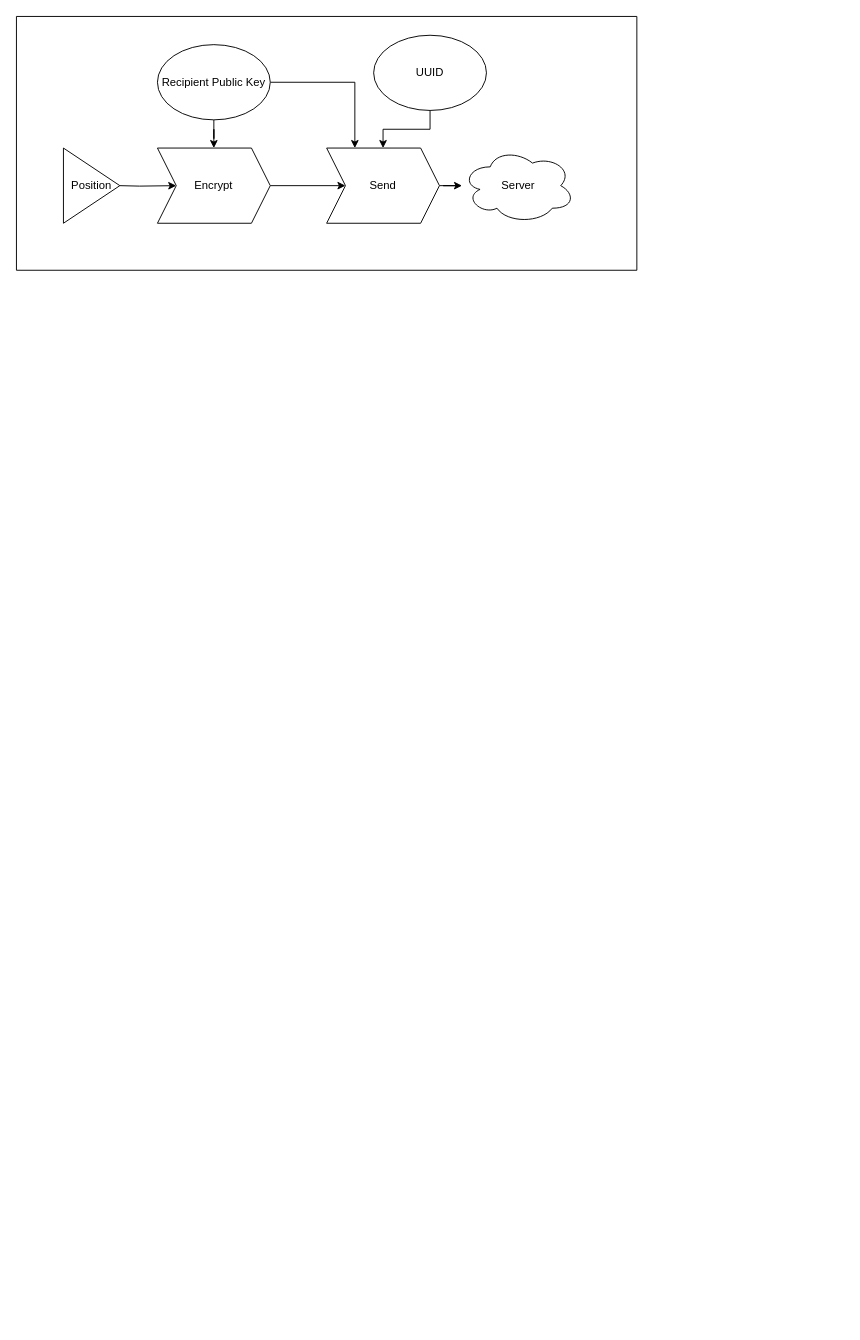
Earlier version of the draw.io diagram docs/TrustesChildrenFlowDiagram.drawio (ArmyAntSEC/TrustedChildren). Source tidied: cells renumbered, new cells numbered last; positions are measured from the earlier drawing's top-left corner, leaving out a move shared by most shapes. Both pictures are drawn from the tidied source at 94%, with x=0, y=0 at pixel (16, 16).
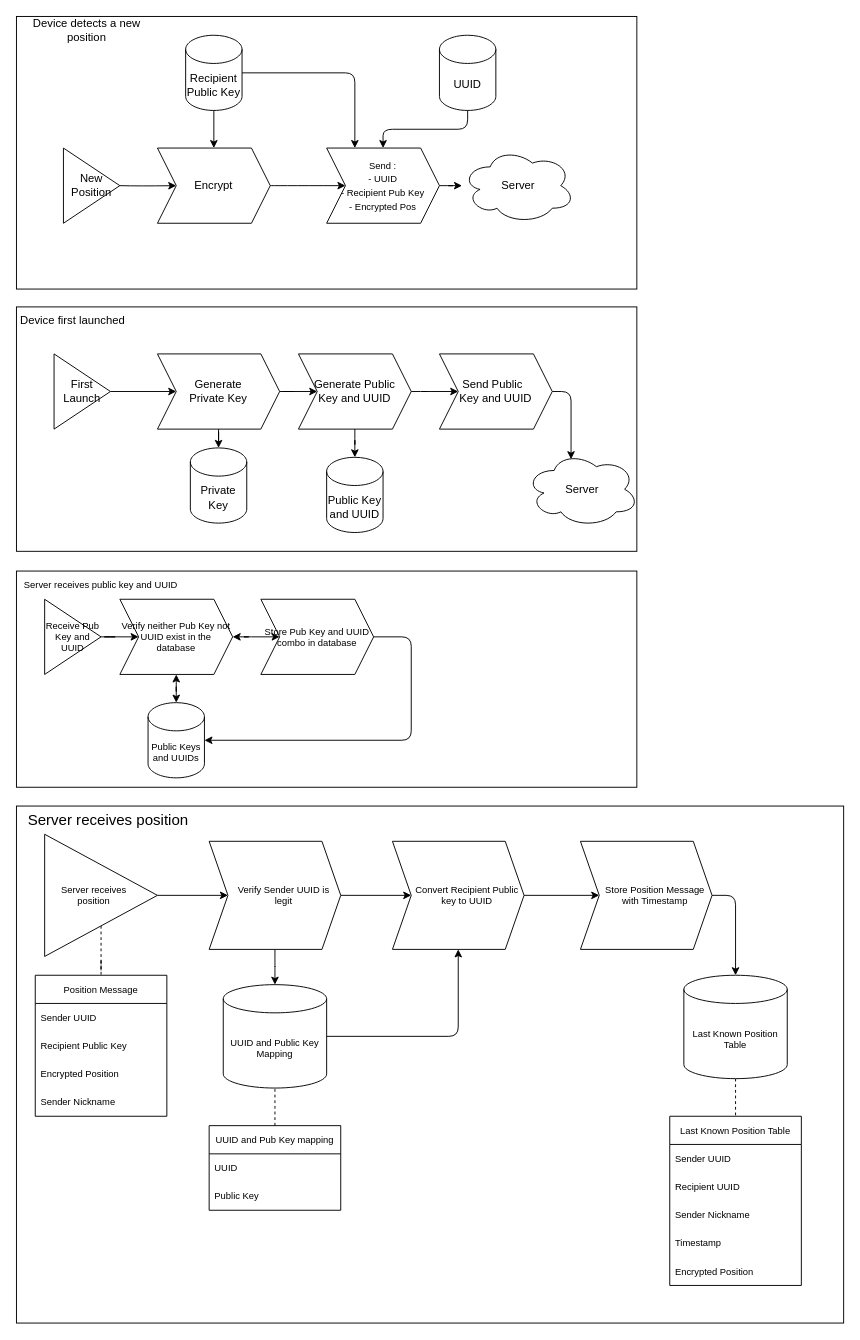
After the change.

Diff of the diagram source:
```diff
@@
-    <mxCell id="2" style="swimlane;startSize=0;" parent="1" vertex="1">
-      <mxGeometry width="660" height="270" as="geometry" />
-    </mxCell>
+    <mxCell id="15" style="group;" parent="1" vertex="1">
+      <mxGeometry width="660" height="290" as="geometry" />
+    </mxCell>
+    <mxCell id="16" style="rounded=0;whiteSpace=wrap;html=1;sketch=0;" parent="15" vertex="1">
+      <mxGeometry width="660" height="290" as="geometry" />
+    </mxCell>
+    <mxCell id="17" value="Device detects a new position" style="text;html=1;strokeColor=none;fillColor=none;align=center;verticalAlign=middle;whiteSpace=wrap;rounded=0;sketch=0;" parent="16" vertex="1">
+      <mxGeometry width="150" height="30" as="geometry" />
+    </mxCell>
+    <mxCell id="18" value="UUID" style="shape=cylinder3;whiteSpace=wrap;html=1;boundedLbl=1;backgroundOutline=1;size=15;rounded=0;sketch=0;" parent="16" vertex="1">
+      <mxGeometry x="450" y="20" width="60" height="80" as="geometry" />
+    </mxCell>
-    <mxCell id="3" style="edgeStyle=orthogonalEdgeStyle;rounded=0;jettySize=auto;html=1;" parent="1" edge="1" target="11">
+    <mxCell id="3" style="edgeStyle=orthogonalEdgeStyle;rounded=0;jettySize=auto;html=1;curved=1;" parent="15" edge="1" target="11">
       <mxGeometry relative="1" as="geometry">
         <mxPoint x="110" y="180" as="sourcePoint" />
       </mxGeometry>
     </mxCell>
-    <mxCell id="4" style="edgeStyle=orthogonalEdgeStyle;rounded=0;jettySize=auto;html=1;" parent="1" edge="1" source="6" target="11">
-      <mxGeometry relative="1" as="geometry" />
-    </mxCell>
-    <mxCell id="5" style="edgeStyle=orthogonalEdgeStyle;rounded=0;jettySize=auto;html=1;entryX=0.25;entryY=0;entryDx=0;entryDy=0;" parent="1" edge="1" source="6" target="13">
-      <mxGeometry relative="1" as="geometry" />
-    </mxCell>
-    <mxCell id="6" value="Recipient Public Key" style="ellipse;whiteSpace=wrap;html=1;" parent="1" vertex="1">
-      <mxGeometry x="150" y="30" width="120" height="80" as="geometry" />
-    </mxCell>
-    <mxCell id="7" style="edgeStyle=orthogonalEdgeStyle;rounded=0;jettySize=auto;html=1;entryX=0.5;entryY=0;entryDx=0;entryDy=0;" parent="1" edge="1" source="8" target="13">
-      <mxGeometry relative="1" as="geometry" />
-    </mxCell>
-    <mxCell id="8" value="UUID" style="ellipse;whiteSpace=wrap;html=1;" parent="1" vertex="1">
-      <mxGeometry x="380" y="20" width="120" height="80" as="geometry" />
-    </mxCell>
-    <mxCell id="9" value="Server" style="ellipse;shape=cloud;whiteSpace=wrap;html=1;" parent="1" vertex="1">
+    <mxCell id="9" value="Server" style="ellipse;shape=cloud;whiteSpace=wrap;html=1;" parent="15" vertex="1">
       <mxGeometry x="474" y="140" width="120" height="80" as="geometry" />
     </mxCell>
-    <mxCell id="10" style="edgeStyle=orthogonalEdgeStyle;rounded=0;jettySize=auto;html=1;" parent="1" edge="1" source="11" target="13">
-      <mxGeometry relative="1" as="geometry" />
-    </mxCell>
-    <mxCell id="11" value="Encrypt" style="shape=step;perimeter=stepPerimeter;whiteSpace=wrap;html=1;fixedSize=1;" parent="1" vertex="1">
+    <mxCell id="11" value="Encrypt" style="shape=step;perimeter=stepPerimeter;whiteSpace=wrap;html=1;fixedSize=1;" parent="15" vertex="1">
       <mxGeometry x="150" y="140" width="120" height="80" as="geometry" />
     </mxCell>
-    <mxCell id="12" style="edgeStyle=orthogonalEdgeStyle;rounded=0;jettySize=auto;html=1;" parent="1" edge="1" source="13" target="9">
+    <mxCell id="12" style="edgeStyle=orthogonalEdgeStyle;rounded=0;jettySize=auto;html=1;curved=1;" parent="15" edge="1" source="13" target="9">
       <mxGeometry relative="1" as="geometry" />
     </mxCell>
-    <mxCell id="13" value="Send" style="shape=step;perimeter=stepPerimeter;whiteSpace=wrap;html=1;fixedSize=1;" parent="1" vertex="1">
+    <mxCell id="13" value="&lt;font style=&quot;font-size: 10px;&quot;&gt;Send :&lt;br&gt;- UUID&lt;br&gt;- Recipient Pub Key&lt;br&gt;- Encrypted Pos&lt;/font&gt;" style="shape=step;perimeter=stepPerimeter;whiteSpace=wrap;html=1;fixedSize=1;" parent="15" vertex="1">
       <mxGeometry x="330" y="140" width="120" height="80" as="geometry" />
     </mxCell>
+    <mxCell id="10" style="edgeStyle=orthogonalEdgeStyle;rounded=0;jettySize=auto;html=1;curved=1;" parent="15" edge="1" source="11" target="13">
+      <mxGeometry relative="1" as="geometry" />
+    </mxCell>
-    <mxCell id="14" value="Position" style="triangle;whiteSpace=wrap;html=1;" parent="1" vertex="1">
+    <mxCell id="14" value="New Position" style="triangle;whiteSpace=wrap;html=1;" parent="15" vertex="1">
       <mxGeometry x="50" y="140" width="60" height="80" as="geometry" />
     </mxCell>
+    <mxCell id="19" style="edgeStyle=orthogonalEdgeStyle;curved=0;rounded=1;sketch=0;jettySize=auto;html=1;" parent="15" edge="1" source="21" target="11">
+      <mxGeometry relative="1" as="geometry" />
+    </mxCell>
+    <mxCell id="20" style="edgeStyle=orthogonalEdgeStyle;curved=0;rounded=1;sketch=0;jettySize=auto;html=1;entryX=0.25;entryY=0;entryDx=0;entryDy=0;" parent="15" edge="1" source="21" target="13">
+      <mxGeometry relative="1" as="geometry" />
+    </mxCell>
+    <mxCell id="21" value="Recipient Public Key" style="shape=cylinder3;whiteSpace=wrap;html=1;boundedLbl=1;backgroundOutline=1;size=15;rounded=0;sketch=0;" parent="15" vertex="1">
+      <mxGeometry x="180" y="20" width="60" height="80" as="geometry" />
+    </mxCell>
+    <mxCell id="22" style="edgeStyle=orthogonalEdgeStyle;curved=0;rounded=1;sketch=0;jettySize=auto;html=1;" parent="15" edge="1" source="18" target="13">
+      <mxGeometry relative="1" as="geometry" />
+    </mxCell>
+    <mxCell id="23" style="group;" parent="1" vertex="1">
+      <mxGeometry y="309" width="660" height="260" as="geometry" />
+    </mxCell>
+    <mxCell id="24" style="rounded=0;whiteSpace=wrap;html=1;sketch=0;" parent="23" vertex="1">
+      <mxGeometry width="660" height="260" as="geometry" />
+    </mxCell>
+    <mxCell id="25" value="Device first launched" style="text;html=1;strokeColor=none;fillColor=none;align=center;verticalAlign=middle;whiteSpace=wrap;rounded=0;sketch=0;" parent="23" vertex="1">
+      <mxGeometry width="120" height="30" as="geometry" />
+    </mxCell>
+    <mxCell id="26" value="First Launch" style="triangle;whiteSpace=wrap;html=1;rounded=0;sketch=0;" parent="23" vertex="1">
+      <mxGeometry x="40" y="50" width="60" height="80" as="geometry" />
+    </mxCell>
+    <mxCell id="27" value="Generate &lt;br&gt;Private Key" style="shape=step;perimeter=stepPerimeter;whiteSpace=wrap;html=1;fixedSize=1;rounded=0;sketch=0;" parent="23" vertex="1">
+      <mxGeometry x="150" y="50" width="130" height="80" as="geometry" />
+    </mxCell>
+    <mxCell id="28" style="edgeStyle=orthogonalEdgeStyle;curved=0;rounded=1;sketch=0;jettySize=auto;html=1;" parent="23" edge="1" source="26" target="27">
+      <mxGeometry relative="1" as="geometry" />
+    </mxCell>
+    <mxCell id="29" value="Public Key and UUID" style="shape=cylinder3;whiteSpace=wrap;html=1;boundedLbl=1;backgroundOutline=1;size=15;rounded=0;sketch=0;" parent="23" vertex="1">
+      <mxGeometry x="330" y="160" width="60" height="80" as="geometry" />
+    </mxCell>
+    <mxCell id="30" value="Private Key" style="shape=cylinder3;whiteSpace=wrap;html=1;boundedLbl=1;backgroundOutline=1;size=15;rounded=0;sketch=0;" parent="23" vertex="1">
+      <mxGeometry x="185" y="150" width="60" height="80" as="geometry" />
+    </mxCell>
+    <mxCell id="31" style="edgeStyle=orthogonalEdgeStyle;curved=0;rounded=1;sketch=0;jettySize=auto;html=1;" parent="23" edge="1" source="27" target="30">
+      <mxGeometry relative="1" as="geometry" />
+    </mxCell>
+    <mxCell id="32" style="edgeStyle=orthogonalEdgeStyle;curved=0;rounded=1;sketch=0;jettySize=auto;html=1;" parent="23" edge="1" source="33" target="29">
+      <mxGeometry relative="1" as="geometry" />
+    </mxCell>
+    <mxCell id="33" value="Generate Public &lt;br&gt;Key and UUID" style="shape=step;perimeter=stepPerimeter;whiteSpace=wrap;html=1;fixedSize=1;rounded=0;sketch=0;" parent="23" vertex="1">
+      <mxGeometry x="300" y="50" width="120" height="80" as="geometry" />
+    </mxCell>
+    <mxCell id="34" style="edgeStyle=orthogonalEdgeStyle;curved=0;rounded=1;sketch=0;jettySize=auto;html=1;" parent="23" edge="1" source="27" target="33">
+      <mxGeometry relative="1" as="geometry" />
+    </mxCell>
+    <mxCell id="35" style="edgeStyle=orthogonalEdgeStyle;curved=0;rounded=1;sketch=0;jettySize=auto;html=1;entryX=0.4;entryY=0.1;entryDx=0;entryDy=0;entryPerimeter=0;fontSize=10;startArrow=none;startFill=0;" parent="23" edge="1" source="36" target="38">
+      <mxGeometry relative="1" as="geometry">
+        <Array as="points">
+          <mxPoint x="590" y="90" />
+          <mxPoint x="590" y="158" />
+        </Array>
+      </mxGeometry>
+    </mxCell>
+    <mxCell id="36" value="Send Public &amp;nbsp;&lt;br&gt;Key and UUID" style="shape=step;perimeter=stepPerimeter;whiteSpace=wrap;html=1;fixedSize=1;rounded=0;sketch=0;" parent="23" vertex="1">
+      <mxGeometry x="450" y="50" width="120" height="80" as="geometry" />
+    </mxCell>
+    <mxCell id="37" style="edgeStyle=orthogonalEdgeStyle;curved=0;rounded=1;sketch=0;jettySize=auto;html=1;" parent="23" edge="1" source="33" target="36">
+      <mxGeometry relative="1" as="geometry" />
+    </mxCell>
+    <mxCell id="38" value="Server" style="ellipse;shape=cloud;whiteSpace=wrap;html=1;rounded=0;sketch=0;" parent="23" vertex="1">
+      <mxGeometry x="542" y="154" width="120" height="80" as="geometry" />
+    </mxCell>
+    <mxCell id="39" style="rounded=0;whiteSpace=wrap;html=1;sketch=0;fontSize=10;" parent="1" vertex="1">
+      <mxGeometry y="590" width="660" height="230" as="geometry" />
+    </mxCell>
+    <mxCell id="40" value="Server receives public key and UUID" style="text;html=1;strokeColor=none;fillColor=none;align=center;verticalAlign=middle;whiteSpace=wrap;rounded=0;sketch=0;fontSize=10;" parent="1" vertex="1">
+      <mxGeometry y="590" width="180" height="30" as="geometry" />
+    </mxCell>
+    <mxCell id="41" style="edgeStyle=orthogonalEdgeStyle;curved=0;rounded=1;sketch=0;jettySize=auto;html=1;fontSize=10;" parent="1" edge="1" source="42" target="44">
+      <mxGeometry relative="1" as="geometry" />
+    </mxCell>
+    <mxCell id="42" value="Receive Pub Key and UUID" style="triangle;whiteSpace=wrap;html=1;rounded=0;sketch=0;fontSize=10;" parent="1" vertex="1">
+      <mxGeometry x="30" y="620" width="60" height="80" as="geometry" />
+    </mxCell>
+    <mxCell id="43" style="edgeStyle=orthogonalEdgeStyle;curved=0;rounded=1;sketch=0;jettySize=auto;html=1;fontSize=10;startArrow=classic;startFill=1;" parent="1" edge="1" source="44" target="48">
+      <mxGeometry relative="1" as="geometry" />
+    </mxCell>
+    <mxCell id="44" value="Verify neither Pub Key not UUID exist in the database" style="shape=step;perimeter=stepPerimeter;whiteSpace=wrap;html=1;fixedSize=1;fontSize=10;rounded=0;sketch=0;" parent="1" vertex="1">
+      <mxGeometry x="110" y="620" width="120" height="80" as="geometry" />
+    </mxCell>
+    <mxCell id="45" style="edgeStyle=orthogonalEdgeStyle;curved=0;rounded=1;sketch=0;jettySize=auto;html=1;fontSize=10;startArrow=classic;startFill=1;" parent="1" edge="1" source="46" target="44">
+      <mxGeometry relative="1" as="geometry" />
+    </mxCell>
+    <mxCell id="46" value="Public Keys and UUIDs" style="shape=cylinder3;whiteSpace=wrap;html=1;boundedLbl=1;backgroundOutline=1;size=15;rounded=0;sketch=0;fontSize=10;" parent="1" vertex="1">
+      <mxGeometry x="140" y="730" width="60" height="80" as="geometry" />
+    </mxCell>
+    <mxCell id="47" style="edgeStyle=orthogonalEdgeStyle;curved=0;rounded=1;sketch=0;jettySize=auto;html=1;entryX=1;entryY=0.5;entryDx=0;entryDy=0;entryPerimeter=0;fontSize=10;startArrow=none;startFill=0;" parent="1" edge="1" source="48" target="46">
+      <mxGeometry relative="1" as="geometry">
+        <Array as="points">
+          <mxPoint x="420" y="660" />
+          <mxPoint x="420" y="770" />
+        </Array>
+      </mxGeometry>
+    </mxCell>
+    <mxCell id="48" value="Store Pub Key and UUID combo in database" style="shape=step;perimeter=stepPerimeter;whiteSpace=wrap;html=1;fixedSize=1;rounded=0;sketch=0;fontSize=10;" parent="1" vertex="1">
+      <mxGeometry x="260" y="620" width="120" height="80" as="geometry" />
+    </mxCell>
+    <mxCell id="49" style="rounded=0;whiteSpace=wrap;html=1;sketch=0;fontSize=10;" parent="1" vertex="1">
+      <mxGeometry y="840" width="880" height="550" as="geometry" />
+    </mxCell>
+    <mxCell id="50" value="Server receives position&amp;nbsp;" style="text;html=1;strokeColor=none;fillColor=none;align=center;verticalAlign=middle;whiteSpace=wrap;rounded=0;sketch=0;fontSize=16;" parent="1" vertex="1">
+      <mxGeometry y="840" width="200" height="30" as="geometry" />
+    </mxCell>
+    <mxCell id="51" style="edgeStyle=orthogonalEdgeStyle;curved=0;rounded=1;sketch=0;jettySize=auto;html=1;fontSize=10;startArrow=none;startFill=0;" parent="1" edge="1" source="53" target="56">
+      <mxGeometry relative="1" as="geometry" />
+    </mxCell>
+    <mxCell id="52" style="edgeStyle=orthogonalEdgeStyle;curved=0;rounded=1;sketch=0;jettySize=auto;html=1;fontSize=10;startArrow=none;startFill=0;entryX=0.5;entryY=0;entryDx=0;entryDy=0;dashed=1;endArrow=none;endFill=0;" parent="1" edge="1" source="53" target="57">
+      <mxGeometry relative="1" as="geometry" />
+    </mxCell>
+    <mxCell id="53" value="Server receives position" style="triangle;whiteSpace=wrap;html=1;rounded=0;sketch=0;fontSize=10;spacingRight=15;" parent="1" vertex="1">
+      <mxGeometry x="30" y="870" width="120" height="130" as="geometry" />
+    </mxCell>
+    <mxCell id="54" style="edgeStyle=orthogonalEdgeStyle;curved=0;rounded=1;sketch=0;jettySize=auto;html=1;fontSize=10;startArrow=none;startFill=0;endArrow=classic;endFill=1;" parent="1" edge="1" source="56" target="63">
+      <mxGeometry relative="1" as="geometry" />
+    </mxCell>
+    <mxCell id="55" style="edgeStyle=orthogonalEdgeStyle;curved=0;rounded=1;sketch=0;jettySize=auto;html=1;fontSize=10;startArrow=none;startFill=0;endArrow=classic;endFill=1;" parent="1" edge="1" source="56" target="75">
+      <mxGeometry relative="1" as="geometry" />
+    </mxCell>
+    <mxCell id="56" value="Verify Sender UUID is legit" style="shape=step;perimeter=stepPerimeter;whiteSpace=wrap;html=1;fixedSize=1;rounded=0;sketch=0;fontSize=10;spacingLeft=22;spacingRight=3;" parent="1" vertex="1">
+      <mxGeometry x="205" y="877.5" width="140" height="115" as="geometry" />
+    </mxCell>
+    <mxCell id="57" value="Position Message" style="swimlane;fontStyle=0;horizontal=1;startSize=30;rounded=0;sketch=0;fontSize=10;" parent="1" vertex="1">
+      <mxGeometry x="20" y="1020" width="140" height="150" as="geometry" />
+    </mxCell>
+    <mxCell id="58" value="Sender UUID" style="text;strokeColor=none;fillColor=none;align=left;verticalAlign=middle;spacingLeft=4;spacingRight=4;overflow=hidden;rounded=0;sketch=0;fontSize=10;" parent="57" vertex="1">
+      <mxGeometry y="30" width="140" height="30" as="geometry" />
+    </mxCell>
+    <mxCell id="59" value="Recipient Public Key" style="text;strokeColor=none;fillColor=none;align=left;verticalAlign=middle;spacingLeft=4;spacingRight=4;overflow=hidden;rounded=0;sketch=0;fontSize=10;" parent="57" vertex="1">
+      <mxGeometry y="60" width="140" height="30" as="geometry" />
+    </mxCell>
+    <mxCell id="60" value="Encrypted Position" style="text;strokeColor=none;fillColor=none;align=left;verticalAlign=middle;spacingLeft=4;spacingRight=4;overflow=hidden;rounded=0;sketch=0;fontSize=10;" parent="57" vertex="1">
+      <mxGeometry y="90" width="140" height="30" as="geometry" />
+    </mxCell>
+    <mxCell id="61" value="Sender Nickname" style="text;strokeColor=none;fillColor=none;align=left;verticalAlign=middle;spacingLeft=4;spacingRight=4;overflow=hidden;rounded=0;sketch=0;fontSize=10;" parent="57" vertex="1">
+      <mxGeometry y="120" width="140" height="30" as="geometry" />
+    </mxCell>
+    <mxCell id="62" style="edgeStyle=orthogonalEdgeStyle;curved=0;rounded=1;sketch=0;jettySize=auto;html=1;entryX=0.5;entryY=1;entryDx=0;entryDy=0;fontSize=10;startArrow=none;startFill=0;endArrow=classic;endFill=1;" parent="1" edge="1" source="63" target="75">
+      <mxGeometry relative="1" as="geometry" />
+    </mxCell>
+    <mxCell id="63" value="UUID and Public Key Mapping" style="shape=cylinder3;whiteSpace=wrap;html=1;boundedLbl=1;backgroundOutline=1;size=15;rounded=0;sketch=0;fontSize=10;" parent="1" vertex="1">
+      <mxGeometry x="220" y="1030" width="110" height="110" as="geometry" />
+    </mxCell>
+    <mxCell id="64" style="edgeStyle=orthogonalEdgeStyle;curved=0;rounded=1;sketch=0;jettySize=auto;html=1;entryX=0.5;entryY=0;entryDx=0;entryDy=0;entryPerimeter=0;fontSize=10;startArrow=none;startFill=0;endArrow=classic;endFill=1;" parent="1" edge="1" source="65" target="67">
+      <mxGeometry relative="1" as="geometry">
+        <Array as="points">
+          <mxPoint x="765" y="935" />
+        </Array>
+      </mxGeometry>
+    </mxCell>
+    <mxCell id="65" value="Store Position Message with Timestamp" style="shape=step;perimeter=stepPerimeter;whiteSpace=wrap;html=1;fixedSize=1;rounded=0;sketch=0;fontSize=10;spacingLeft=22;spacingRight=3;" parent="1" vertex="1">
+      <mxGeometry x="600" y="877.5" width="140" height="115" as="geometry" />
+    </mxCell>
+    <mxCell id="66" style="edgeStyle=orthogonalEdgeStyle;curved=0;rounded=1;sketch=0;jettySize=auto;html=1;fontSize=10;startArrow=none;startFill=0;endArrow=none;endFill=0;dashed=1;" parent="1" edge="1" source="67" target="68">
+      <mxGeometry relative="1" as="geometry" />
+    </mxCell>
+    <mxCell id="67" value="Last Known Position Table" style="shape=cylinder3;whiteSpace=wrap;html=1;boundedLbl=1;backgroundOutline=1;size=15;rounded=0;sketch=0;fontSize=10;" parent="1" vertex="1">
+      <mxGeometry x="710" y="1020" width="110" height="110" as="geometry" />
+    </mxCell>
+    <mxCell id="68" value="Last Known Position Table" style="swimlane;fontStyle=0;horizontal=1;startSize=30;rounded=0;sketch=0;fontSize=10;" parent="1" vertex="1">
+      <mxGeometry x="695" y="1170" width="140" height="180" as="geometry" />
+    </mxCell>
+    <mxCell id="69" value="Sender UUID" style="text;strokeColor=none;fillColor=none;align=left;verticalAlign=middle;spacingLeft=4;spacingRight=4;overflow=hidden;rounded=0;sketch=0;fontSize=10;" parent="68" vertex="1">
+      <mxGeometry y="30" width="140" height="30" as="geometry" />
+    </mxCell>
+    <mxCell id="70" value="Recipient UUID" style="text;strokeColor=none;fillColor=none;align=left;verticalAlign=middle;spacingLeft=4;spacingRight=4;overflow=hidden;rounded=0;sketch=0;fontSize=10;" parent="68" vertex="1">
+      <mxGeometry y="60" width="140" height="30" as="geometry" />
+    </mxCell>
+    <mxCell id="71" value="Sender Nickname" style="text;strokeColor=none;fillColor=none;align=left;verticalAlign=middle;spacingLeft=4;spacingRight=4;overflow=hidden;rounded=0;sketch=0;fontSize=10;" parent="68" vertex="1">
+      <mxGeometry y="90" width="140" height="30" as="geometry" />
+    </mxCell>
+    <mxCell id="72" value="Timestamp" style="text;strokeColor=none;fillColor=none;align=left;verticalAlign=middle;spacingLeft=4;spacingRight=4;overflow=hidden;rounded=0;sketch=0;fontSize=10;" parent="68" vertex="1">
+      <mxGeometry y="120" width="140" height="30" as="geometry" />
+    </mxCell>
+    <mxCell id="73" value="Encrypted Position" style="text;strokeColor=none;fillColor=none;align=left;verticalAlign=middle;spacingLeft=4;spacingRight=4;overflow=hidden;rounded=0;sketch=0;fontSize=10;" parent="68" vertex="1">
+      <mxGeometry y="150" width="140" height="30" as="geometry" />
+    </mxCell>
+    <mxCell id="74" style="edgeStyle=orthogonalEdgeStyle;curved=0;rounded=1;sketch=0;jettySize=auto;html=1;fontSize=10;startArrow=none;startFill=0;endArrow=classic;endFill=1;" parent="1" edge="1" source="75" target="65">
+      <mxGeometry relative="1" as="geometry" />
+    </mxCell>
+    <mxCell id="75" value="Convert Recipient Public key to UUID" style="shape=step;perimeter=stepPerimeter;whiteSpace=wrap;html=1;fixedSize=1;rounded=0;sketch=0;fontSize=10;spacingLeft=22;spacingRight=3;" parent="1" vertex="1">
+      <mxGeometry x="400" y="877.5" width="140" height="115" as="geometry" />
+    </mxCell>
+    <mxCell id="76" style="edgeStyle=orthogonalEdgeStyle;curved=0;rounded=1;sketch=0;jettySize=auto;html=1;fontSize=10;startArrow=none;startFill=0;endArrow=none;endFill=0;dashed=1;" parent="1" edge="1" source="77" target="63">
+      <mxGeometry relative="1" as="geometry" />
+    </mxCell>
+    <mxCell id="77" value="UUID and Pub Key mapping" style="swimlane;fontStyle=0;horizontal=1;startSize=30;rounded=0;sketch=0;fontSize=10;" parent="1" vertex="1">
+      <mxGeometry x="205" y="1180" width="140" height="90" as="geometry" />
+    </mxCell>
+    <mxCell id="78" value="UUID" style="text;strokeColor=none;fillColor=none;align=left;verticalAlign=middle;spacingLeft=4;spacingRight=4;overflow=hidden;rounded=0;sketch=0;fontSize=10;" parent="77" vertex="1">
+      <mxGeometry y="30" width="140" height="30" as="geometry" />
+    </mxCell>
+    <mxCell id="79" value="Public Key" style="text;strokeColor=none;fillColor=none;align=left;verticalAlign=middle;spacingLeft=4;spacingRight=4;overflow=hidden;rounded=0;sketch=0;fontSize=10;" parent="77" vertex="1">
+      <mxGeometry y="60" width="140" height="30" as="geometry" />
+    </mxCell>
```
